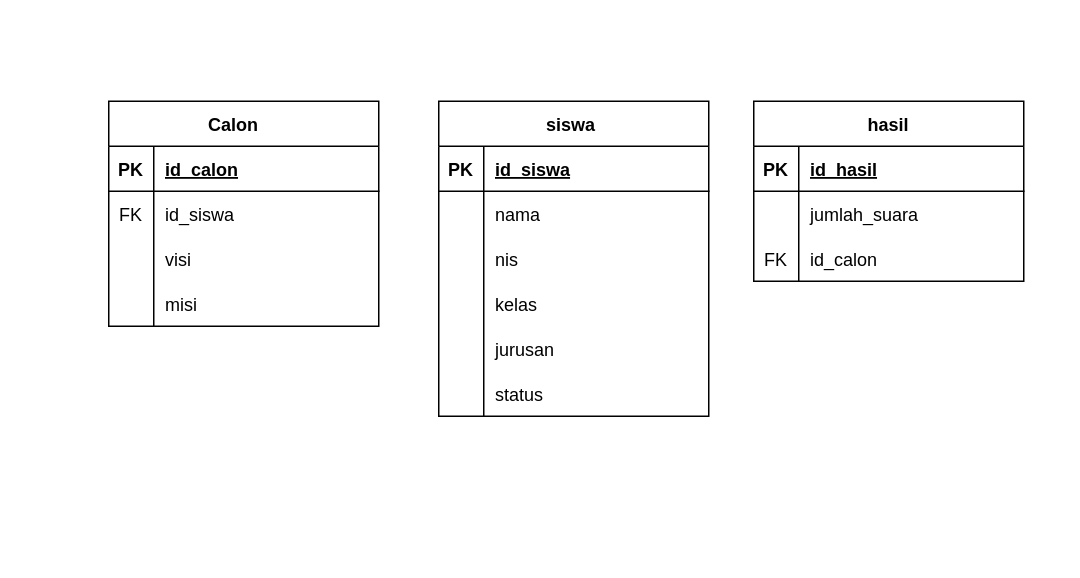
Earlier version of the draw.io diagram DRAW-iO/DataBaseFP.drawio (Reiaslite/Semester-3). Source tidied: cells renumbered, new cells numbered last; positions are measured from the earlier drawing's top-left corner, leaving out a move shared by most shapes. Both pictures are drawn from the tidied source at 150%, with x=0, y=0 at pixel (108, 100).
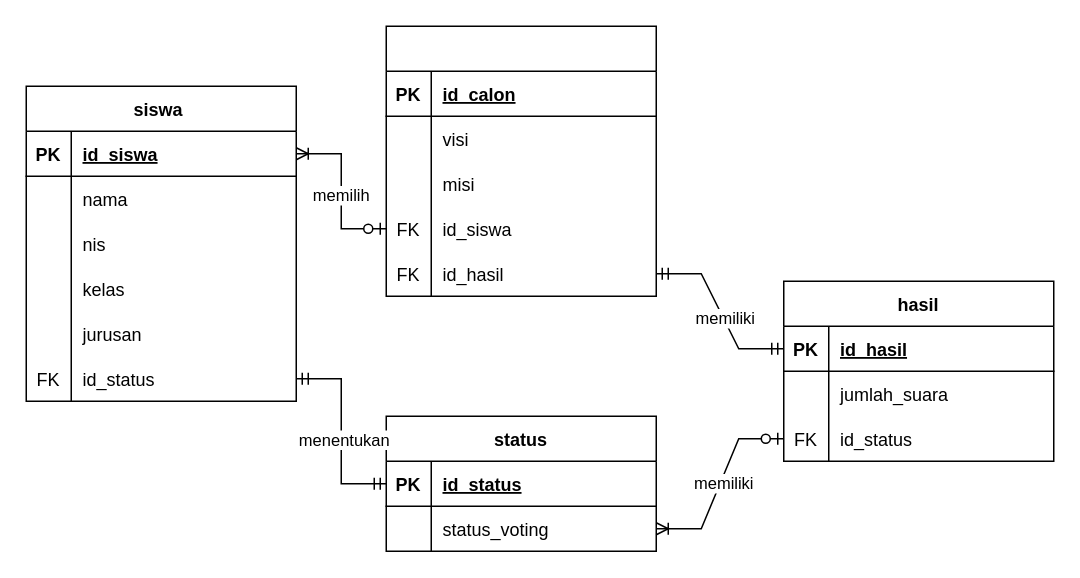
After the change.

The change refers to these unchanged cells:
```xml
<mxCell id="16" style="shape=tableRow;horizontal=0;startSize=0;swimlaneHead=0;swimlaneBody=0;fillColor=none;points=[[0,0.5],[1,0.5]];portConstraint=eastwest;top=0;left=0;right=0;bottom=1;" parent="15" vertex="1">
  <mxGeometry y="30" width="180" height="30" as="geometry" />
</mxCell>
<mxCell id="31" style="shape=tableRow;horizontal=0;startSize=0;swimlaneHead=0;swimlaneBody=0;fillColor=none;points=[[0,0.5],[1,0.5]];portConstraint=eastwest;top=0;left=0;right=0;bottom=0;" parent="15" vertex="1">
  <mxGeometry y="180" width="180" height="30" as="geometry" />
</mxCell>
<mxCell id="35" style="shape=tableRow;horizontal=0;startSize=0;swimlaneHead=0;swimlaneBody=0;fillColor=none;points=[[0,0.5],[1,0.5]];portConstraint=eastwest;top=0;left=0;right=0;bottom=1;" parent="34" vertex="1">
  <mxGeometry y="30" width="180" height="30" as="geometry" />
</mxCell>
<mxCell id="41" style="shape=tableRow;horizontal=0;startSize=0;swimlaneHead=0;swimlaneBody=0;fillColor=none;points=[[0,0.5],[1,0.5]];portConstraint=eastwest;top=0;left=0;right=0;bottom=0;" parent="34" vertex="1">
  <mxGeometry y="90" width="180" height="30" as="geometry" />
</mxCell>
```

What changed in the source:
```diff
@@
-    <mxCell id="2" value="Calon    " style="shape=table;startSize=30;childLayout=tableLayout;rowLines=0;fontStyle=1;align=center;" parent="1" vertex="1">
-      <mxGeometry width="180" height="150" as="geometry" />
+    <mxCell id="2" value=" " style="shape=table;startSize=30;childLayout=tableLayout;rowLines=0;fontStyle=1;align=center;" parent="1" vertex="1">
+      <mxGeometry x="185" y="-50" width="180" height="180" as="geometry" />
     </mxCell>
@@
-    <mxCell id="6" style="shape=tableRow;horizontal=0;startSize=0;swimlaneHead=0;swimlaneBody=0;fillColor=none;points=[[0,0.5],[1,0.5]];portConstraint=eastwest;top=0;left=0;right=0;bottom=0;" parent="2" vertex="1">
-      <mxGeometry y="60" width="180" height="30" as="geometry" />
-    </mxCell>
-    <mxCell id="7" value="FK" style="shape=partialRectangle;fillColor=none;top=0;left=0;bottom=0;right=0;overflow=hidden;" parent="6" vertex="1">
-      <mxGeometry width="30" height="30" as="geometry" />
-    </mxCell>
-    <mxCell id="8" value="id_siswa " style="shape=partialRectangle;fillColor=none;top=0;left=0;bottom=0;right=0;align=left;spacingLeft=6;overflow=hidden;" parent="6" vertex="1">
-      <mxGeometry x="30" width="150" height="30" as="geometry" />
-    </mxCell>
     <mxCell id="9" style="shape=tableRow;horizontal=0;startSize=0;swimlaneHead=0;swimlaneBody=0;fillColor=none;top=0;left=0;right=0;bottom=0;" parent="2" vertex="1">
-      <mxGeometry y="90" width="180" height="30" as="geometry" />
+      <mxGeometry y="60" width="180" height="30" as="geometry" />
     </mxCell>
@@
     <mxCell id="12" style="shape=tableRow;horizontal=0;startSize=0;swimlaneHead=0;swimlaneBody=0;fillColor=none;top=0;left=0;right=0;bottom=0;" parent="2" vertex="1">
-      <mxGeometry y="120" width="180" height="30" as="geometry" />
+      <mxGeometry y="90" width="180" height="30" as="geometry" />
     </mxCell>
@@
+    <mxCell id="6" style="shape=tableRow;horizontal=0;startSize=0;swimlaneHead=0;swimlaneBody=0;fillColor=none;points=[[0,0.5],[1,0.5]];portConstraint=eastwest;top=0;left=0;right=0;bottom=0;" parent="2" vertex="1">
+      <mxGeometry y="120" width="180" height="30" as="geometry" />
+    </mxCell>
+    <mxCell id="7" value="FK" style="shape=partialRectangle;fillColor=none;top=0;left=0;bottom=0;right=0;overflow=hidden;" parent="6" vertex="1">
+      <mxGeometry width="30" height="30" as="geometry" />
+    </mxCell>
+    <mxCell id="8" value="id_siswa " style="shape=partialRectangle;fillColor=none;top=0;left=0;bottom=0;right=0;align=left;spacingLeft=6;overflow=hidden;" parent="6" vertex="1">
+      <mxGeometry x="30" width="150" height="30" as="geometry" />
+    </mxCell>
+    <mxCell id="44" style="shape=tableRow;horizontal=0;startSize=0;swimlaneHead=0;swimlaneBody=0;fillColor=none;points=[[0,0.5],[1,0.5]];portConstraint=eastwest;top=0;left=0;right=0;bottom=0;" parent="2" vertex="1">
+      <mxGeometry y="150" width="180" height="30" as="geometry" />
+    </mxCell>
+    <mxCell id="45" value="FK" style="shape=partialRectangle;fillColor=none;top=0;left=0;bottom=0;right=0;overflow=hidden;" parent="44" vertex="1">
+      <mxGeometry width="30" height="30" as="geometry" />
+    </mxCell>
+    <mxCell id="46" value="id_hasil" style="shape=partialRectangle;fillColor=none;top=0;left=0;bottom=0;right=0;align=left;spacingLeft=6;overflow=hidden;" parent="44" vertex="1">
+      <mxGeometry x="30" width="150" height="30" as="geometry" />
+    </mxCell>
     <mxCell id="15" value="siswa " style="shape=table;startSize=30;childLayout=tableLayout;rowLines=0;fontStyle=1;align=center;" parent="1" vertex="1">
-      <mxGeometry x="220" width="180" height="210" as="geometry" />
+      <mxGeometry x="-55" y="-10" width="180" height="210" as="geometry" />
     </mxCell>
@@
-    <mxCell id="32" style="shape=partialRectangle;fillColor=none;top=0;left=0;bottom=0;right=0;overflow=hidden;" parent="31" vertex="1">
+    <mxCell id="32" value="FK" style="shape=partialRectangle;fillColor=none;top=0;left=0;bottom=0;right=0;overflow=hidden;" parent="31" vertex="1">
       <mxGeometry width="30" height="30" as="geometry" />
     </mxCell>
-    <mxCell id="33" value="status" style="shape=partialRectangle;fillColor=none;top=0;left=0;bottom=0;right=0;align=left;spacingLeft=6;overflow=hidden;" parent="31" vertex="1">
+    <mxCell id="33" value="id_status" style="shape=partialRectangle;fillColor=none;top=0;left=0;bottom=0;right=0;align=left;spacingLeft=6;overflow=hidden;" parent="31" vertex="1">
       <mxGeometry x="30" width="150" height="30" as="geometry" />
     </mxCell>
     <mxCell id="34" value="hasil" style="shape=table;startSize=30;childLayout=tableLayout;rowLines=0;fontStyle=1;align=center;" parent="1" vertex="1">
-      <mxGeometry x="430" width="180" height="120" as="geometry" />
+      <mxGeometry x="450" y="120" width="180" height="120" as="geometry" />
     </mxCell>
@@
-    <mxCell id="42" value="FK" style="shape=partialRectangle;fillColor=none;top=0;left=0;bottom=0;right=0;overflow=hidden;" parent="41" vertex="1">
-      <mxGeometry width="30" height="30" as="geometry" />
-    </mxCell>
-    <mxCell id="43" value="id_calon" style="shape=partialRectangle;fillColor=none;top=0;left=0;bottom=0;right=0;align=left;spacingLeft=6;overflow=hidden;fontStyle=0;" parent="41" vertex="1">
-      <mxGeometry x="30" width="150" height="30" as="geometry" />
-    </mxCell>
+    <mxCell id="47" value="FK" style="shape=partialRectangle;fillColor=none;top=0;left=0;bottom=0;right=0;overflow=hidden;" parent="41" vertex="1">
+      <mxGeometry width="30" height="30" as="geometry" />
+    </mxCell>
+    <mxCell id="48" value="id_status" style="shape=partialRectangle;fillColor=none;top=0;left=0;bottom=0;right=0;align=left;spacingLeft=6;overflow=hidden;" parent="41" vertex="1">
+      <mxGeometry x="30" width="150" height="30" as="geometry" />
+    </mxCell>
+    <mxCell id="49" style="edgeStyle=entityRelationEdgeStyle;fontSize=12;html=1;endArrow=ERoneToMany;startArrow=ERzeroToOne;rounded=0;entryX=1;entryY=0.5;entryDx=0;entryDy=0;exitX=0;exitY=0.5;exitDx=0;exitDy=0;" parent="1" edge="1" source="6" target="16">
+      <mxGeometry relative="1" as="geometry" />
+    </mxCell>
+    <mxCell id="50" value="memilih" style="edgeLabel;html=1;align=center;verticalAlign=middle;" parent="49" vertex="1">
+      <mxGeometry x="-0.03" y="1" relative="1" as="geometry" />
+    </mxCell>
+    <mxCell id="51" style="edgeStyle=entityRelationEdgeStyle;fontSize=12;html=1;endArrow=ERmandOne;startArrow=ERmandOne;rounded=0;exitX=1;exitY=0.5;exitDx=0;exitDy=0;entryX=0;entryY=0.5;entryDx=0;entryDy=0;endFill=0;" parent="1" edge="1" source="44" target="35">
+      <mxGeometry relative="1" as="geometry" />
+    </mxCell>
+    <mxCell id="52" value="memiliki" style="edgeLabel;html=1;align=center;verticalAlign=middle;" parent="51" vertex="1">
+      <mxGeometry x="0.08" y="1" relative="1" as="geometry" />
+    </mxCell>
+    <mxCell id="53" value="status" style="shape=table;startSize=30;childLayout=tableLayout;rowLines=0;fontStyle=1;align=center;" parent="1" vertex="1">
+      <mxGeometry x="185" y="210" width="180" height="90" as="geometry" />
+    </mxCell>
+    <mxCell id="54" style="shape=tableRow;horizontal=0;startSize=0;swimlaneHead=0;swimlaneBody=0;fillColor=none;points=[[0,0.5],[1,0.5]];portConstraint=eastwest;top=0;left=0;right=0;bottom=1;" parent="53" vertex="1">
+      <mxGeometry y="30" width="180" height="30" as="geometry" />
+    </mxCell>
+    <mxCell id="55" value="PK" style="shape=partialRectangle;fillColor=none;top=0;left=0;bottom=0;right=0;fontStyle=1;overflow=hidden;" parent="54" vertex="1">
+      <mxGeometry width="30" height="30" as="geometry" />
+    </mxCell>
+    <mxCell id="56" value="id_status" style="shape=partialRectangle;fillColor=none;top=0;left=0;bottom=0;right=0;align=left;spacingLeft=6;fontStyle=5;overflow=hidden;" parent="54" vertex="1">
+      <mxGeometry x="30" width="150" height="30" as="geometry" />
+    </mxCell>
+    <mxCell id="57" style="shape=tableRow;horizontal=0;startSize=0;swimlaneHead=0;swimlaneBody=0;fillColor=none;points=[[0,0.5],[1,0.5]];portConstraint=eastwest;top=0;left=0;right=0;bottom=0;" parent="53" vertex="1">
+      <mxGeometry y="60" width="180" height="30" as="geometry" />
+    </mxCell>
+    <mxCell id="58" style="shape=partialRectangle;fillColor=none;top=0;left=0;bottom=0;right=0;overflow=hidden;" parent="57" vertex="1">
+      <mxGeometry width="30" height="30" as="geometry" />
+    </mxCell>
+    <mxCell id="59" value="status_voting" style="shape=partialRectangle;fillColor=none;top=0;left=0;bottom=0;right=0;align=left;spacingLeft=6;overflow=hidden;" parent="57" vertex="1">
+      <mxGeometry x="30" width="150" height="30" as="geometry" />
+    </mxCell>
+    <mxCell id="60" style="edgeStyle=entityRelationEdgeStyle;fontSize=12;html=1;endArrow=ERmandOne;startArrow=ERmandOne;rounded=0;exitX=1;exitY=0.5;exitDx=0;exitDy=0;entryX=0;entryY=0.5;entryDx=0;entryDy=0;endFill=0;" parent="1" edge="1" source="31" target="54">
+      <mxGeometry relative="1" as="geometry" />
+    </mxCell>
+    <mxCell id="61" value="menentukan" style="edgeLabel;html=1;align=center;verticalAlign=middle;" parent="60" vertex="1">
+      <mxGeometry x="0.08" y="1" relative="1" as="geometry" />
+    </mxCell>
+    <mxCell id="62" style="edgeStyle=entityRelationEdgeStyle;fontSize=12;html=1;endArrow=ERoneToMany;startArrow=ERzeroToOne;rounded=0;entryX=1;entryY=0.5;entryDx=0;entryDy=0;exitX=0;exitY=0.5;exitDx=0;exitDy=0;" parent="1" edge="1" source="41" target="57">
+      <mxGeometry relative="1" as="geometry" />
+    </mxCell>
+    <mxCell id="63" value="memiliki" style="edgeLabel;html=1;align=center;verticalAlign=middle;" parent="62" vertex="1">
+      <mxGeometry x="-0.03" y="1" relative="1" as="geometry" />
+    </mxCell>
```
